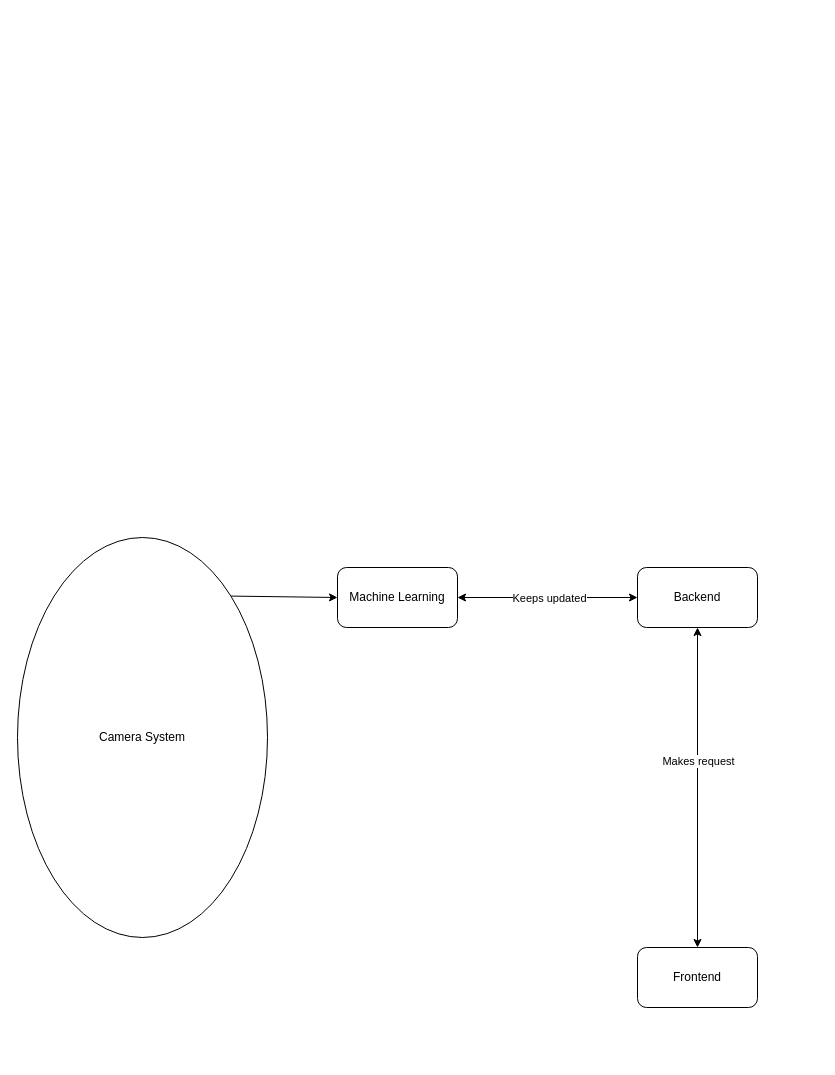
Before: system-design/Software Architecture Diagram.drawio in unicam-complex-system/camera-security-system-monorepo, a draw.io diagram. Source tidied: cells renumbered, new cells numbered last; positions are measured from the earlier drawing's top-left corner, leaving out a move shared by most shapes. Both pictures are drawn from the tidied source at 100%, with x=0, y=0 at pixel (17, 537).
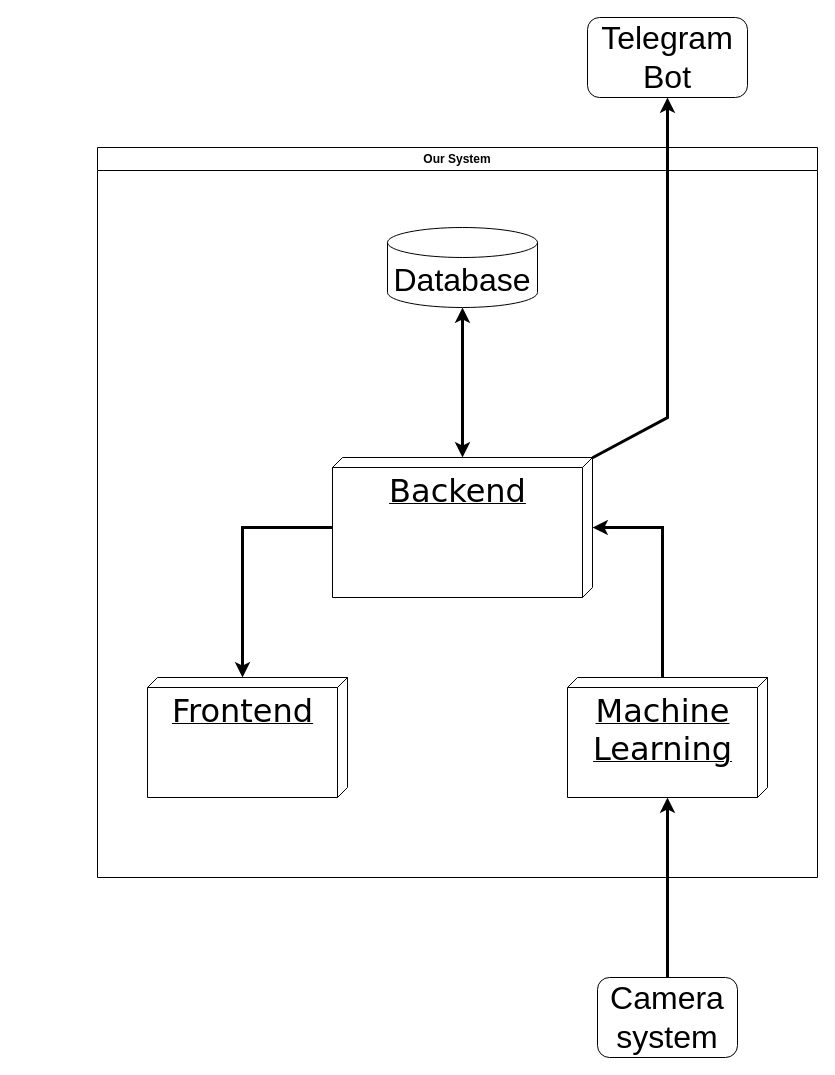
The same page after the edit.

Change to the diagram source:
```diff
@@
-    <mxCell id="2" value="Backend" style="rounded=1;whiteSpace=wrap;html=1;" parent="1" vertex="1">
-      <mxGeometry x="620" y="30" width="120" height="60" as="geometry" />
-    </mxCell>
+    <mxCell id="11" value="Our System" style="swimlane;whiteSpace=wrap;html=1;startSize=23;" parent="1" vertex="1">
+      <mxGeometry x="80" y="-390" width="720" height="730" as="geometry" />
+    </mxCell>
+    <mxCell id="12" value="&lt;font size=&quot;6&quot;&gt;Database&lt;/font&gt;" style="shape=cylinder3;whiteSpace=wrap;html=1;boundedLbl=1;backgroundOutline=1;size=15;" parent="11" vertex="1">
+      <mxGeometry x="290" y="80" width="150" height="80" as="geometry" />
+    </mxCell>
-    <mxCell id="3" value="Frontend" style="rounded=1;whiteSpace=wrap;html=1;" parent="1" vertex="1">
-      <mxGeometry x="620" y="410" width="120" height="60" as="geometry" />
+    <mxCell id="3" value="&lt;font style=&quot;font-size: 32px;&quot;&gt;Frontend&lt;/font&gt;" style="verticalAlign=top;align=center;spacingTop=8;spacingLeft=2;spacingRight=12;shape=cube;size=10;direction=south;fontStyle=4;html=1;rounded=0;shadow=0;comic=0;labelBackgroundColor=none;strokeWidth=1;fontFamily=Verdana;fontSize=12;" parent="11" vertex="1">
+      <mxGeometry x="50" y="530" width="200" height="120" as="geometry" />
     </mxCell>
-    <mxCell id="4" value="Machine Learning" style="rounded=1;whiteSpace=wrap;html=1;" parent="1" vertex="1">
-      <mxGeometry x="320" y="30" width="120" height="60" as="geometry" />
+    <mxCell id="4" value="&lt;font style=&quot;font-size: 32px;&quot;&gt;Machine &lt;br&gt;Learning&lt;/font&gt;" style="verticalAlign=top;align=center;spacingTop=8;spacingLeft=2;spacingRight=12;shape=cube;size=10;direction=south;fontStyle=4;html=1;rounded=0;shadow=0;comic=0;labelBackgroundColor=none;strokeWidth=1;fontFamily=Verdana;fontSize=12;" parent="11" vertex="1">
+      <mxGeometry x="470" y="530" width="200" height="120" as="geometry" />
     </mxCell>
-    <mxCell id="5" style="endArrow=classic;startArrow=classic;html=1;rounded=0;" parent="1" edge="1" source="2" target="3">
-      <mxGeometry relative="1" as="geometry" />
-    </mxCell>
-    <mxCell id="6" value="Makes request" style="edgeLabel;html=1;align=center;verticalAlign=middle;" parent="5" vertex="1">
-      <mxGeometry x="-0.43" y="3" relative="1" as="geometry">
-        <mxPoint x="-3" y="42" as="offset" />
-      </mxGeometry>
-    </mxCell>
-    <mxCell id="7" style="endArrow=classic;startArrow=classic;html=1;rounded=0;" parent="1" edge="1" source="2" target="4">
-      <mxGeometry relative="1" as="geometry" />
-    </mxCell>
-    <mxCell id="8" value="Keeps updated" style="edgeLabel;html=1;align=center;verticalAlign=middle;" parent="7" vertex="1">
-      <mxGeometry x="-0.05" y="2" relative="1" as="geometry">
-        <mxPoint x="-3" y="-2" as="offset" />
-      </mxGeometry>
-    </mxCell>
-    <mxCell id="9" style="endArrow=classic;html=1;rounded=0;entryX=0;entryY=0.5;entryDx=0;entryDy=0;exitX=1;exitY=0;exitDx=0;exitDy=0;" parent="1" edge="1" source="10" target="4">
-      <mxGeometry relative="1" as="geometry" />
-    </mxCell>
-    <mxCell id="10" value="Camera System" style="ellipse;whiteSpace=wrap;html=1;" parent="1" vertex="1">
-      <mxGeometry width="250" height="400" as="geometry" />
-    </mxCell>
+    <mxCell id="2" value="&lt;font style=&quot;font-size: 32px;&quot;&gt;Backend&lt;/font&gt;" style="verticalAlign=top;align=center;spacingTop=8;spacingLeft=2;spacingRight=12;shape=cube;size=10;direction=south;fontStyle=4;html=1;rounded=0;shadow=0;comic=0;labelBackgroundColor=none;strokeWidth=1;fontFamily=Verdana;fontSize=12;" parent="11" vertex="1">
+      <mxGeometry x="235" y="310" width="260" height="140" as="geometry" />
+    </mxCell>
+    <mxCell id="13" style="endArrow=classic;startArrow=classic;html=1;rounded=0;strokeWidth=3;" parent="11" edge="1" target="2">
+      <mxGeometry relative="1" as="geometry">
+        <mxPoint x="365" y="160" as="sourcePoint" />
+      </mxGeometry>
+    </mxCell>
+    <mxCell id="14" style="endArrow=none;html=1;rounded=0;endFill=0;startArrow=classic;startFill=1;strokeWidth=3;" parent="11" edge="1" source="2">
+      <mxGeometry relative="1" as="geometry">
+        <mxPoint x="565" y="530" as="targetPoint" />
+        <Array as="points">
+          <mxPoint x="565" y="380" />
+        </Array>
+      </mxGeometry>
+    </mxCell>
+    <mxCell id="15" style="endArrow=classic;html=1;rounded=0;strokeWidth=3;" parent="11" edge="1" source="2">
+      <mxGeometry relative="1" as="geometry">
+        <mxPoint x="145" y="530" as="targetPoint" />
+        <Array as="points">
+          <mxPoint x="145" y="380" />
+        </Array>
+      </mxGeometry>
+    </mxCell>
+    <mxCell id="16" style="edgeStyle=elbowEdgeStyle;rounded=0;html=1;labelBackgroundColor=none;startArrow=none;startFill=0;startSize=8;endArrow=none;endFill=0;endSize=16;fontFamily=Verdana;fontSize=12;" parent="1" edge="1">
+      <mxGeometry relative="1" as="geometry">
+        <mxPoint x="550" y="65" as="targetPoint" />
+      </mxGeometry>
+    </mxCell>
+    <mxCell id="17" style="edgeStyle=elbowEdgeStyle;rounded=0;html=1;labelBackgroundColor=none;startArrow=none;startFill=0;startSize=8;endArrow=none;endFill=0;endSize=16;fontFamily=Verdana;fontSize=12;" parent="1" edge="1">
+      <mxGeometry relative="1" as="geometry">
+        <mxPoint x="290" y="65" as="targetPoint" />
+      </mxGeometry>
+    </mxCell>
+    <mxCell id="18" style="edgeStyle=orthogonalEdgeStyle;rounded=0;html=1;dashed=1;labelBackgroundColor=none;startArrow=none;startFill=0;startSize=8;endArrow=open;endFill=0;endSize=16;fontFamily=Verdana;fontSize=12;" parent="1" edge="1">
+      <mxGeometry relative="1" as="geometry">
+        <mxPoint x="600" y="35" as="sourcePoint" />
+      </mxGeometry>
+    </mxCell>
+    <mxCell id="19" style="endArrow=classic;html=1;rounded=0;strokeWidth=3;" parent="1" edge="1" source="20" target="4">
+      <mxGeometry relative="1" as="geometry" />
+    </mxCell>
+    <mxCell id="20" value="&lt;font style=&quot;font-size: 32px;&quot;&gt;Camera system&lt;/font&gt;" style="rounded=1;whiteSpace=wrap;html=1;" parent="1" vertex="1">
+      <mxGeometry x="580" y="440" width="140" height="80" as="geometry" />
+    </mxCell>
+    <mxCell id="21" value="&lt;font style=&quot;font-size: 32px;&quot;&gt;Telegram Bot&lt;/font&gt;" style="rounded=1;whiteSpace=wrap;html=1;" parent="1" vertex="1">
+      <mxGeometry x="570" y="-520" width="160" height="80" as="geometry" />
+    </mxCell>
+    <mxCell id="22" style="endArrow=classic;html=1;rounded=0;strokeWidth=3;" parent="1" edge="1" source="2" target="21">
+      <mxGeometry relative="1" as="geometry">
+        <Array as="points">
+          <mxPoint x="650" y="-120" />
+        </Array>
+      </mxGeometry>
+    </mxCell>
```
